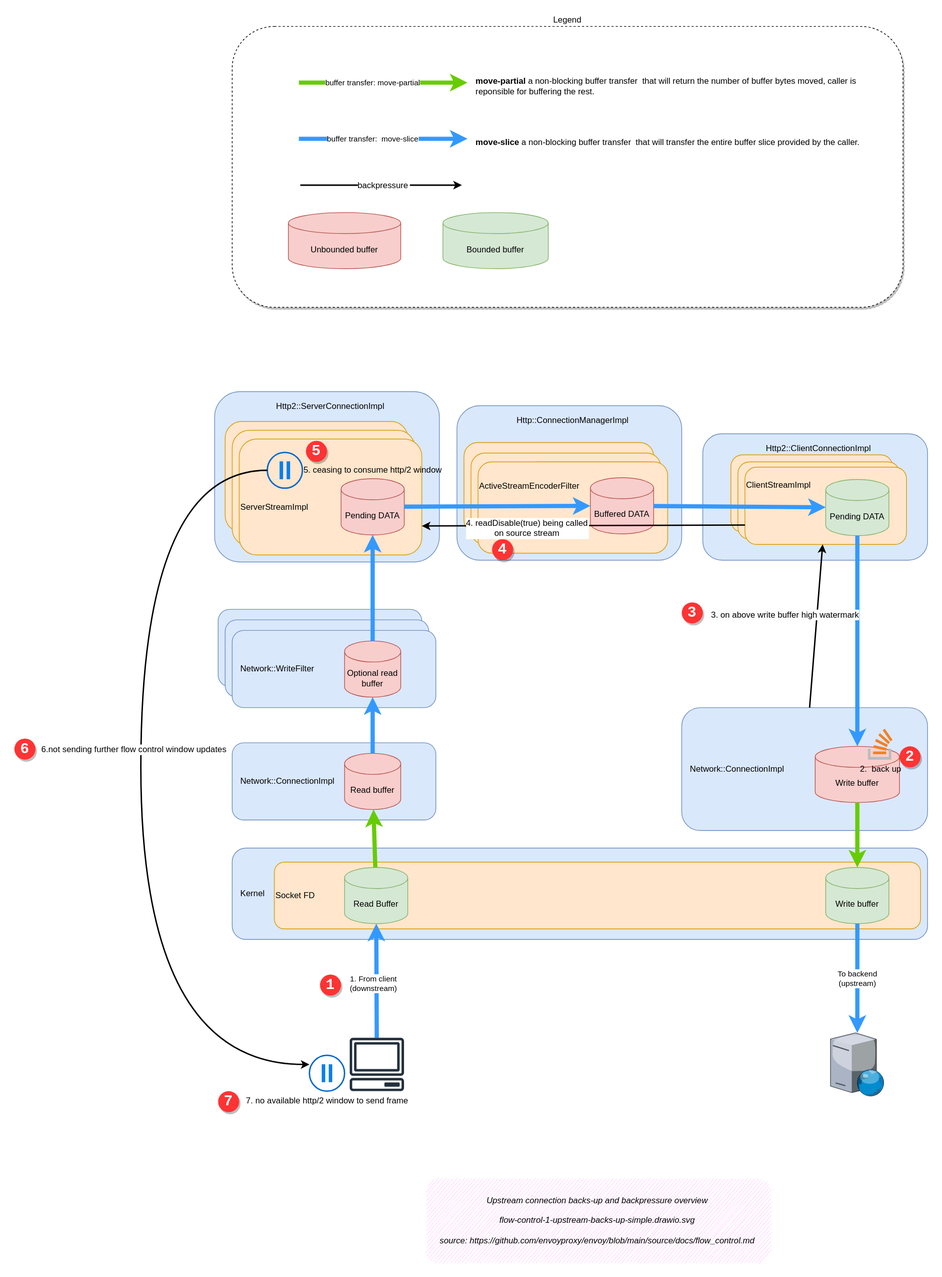
Above: docs/source/ch2-envoy/arch/flow-control/flow-control-1-upstream-backs-up-simple.drawio.svg in labilezhu/istio-insider (draw.io), before the change. Source tidied: cells renumbered, new cells last; positions are measured from the earlier drawing's top-left corner, leaving out a move shared by most shapes.
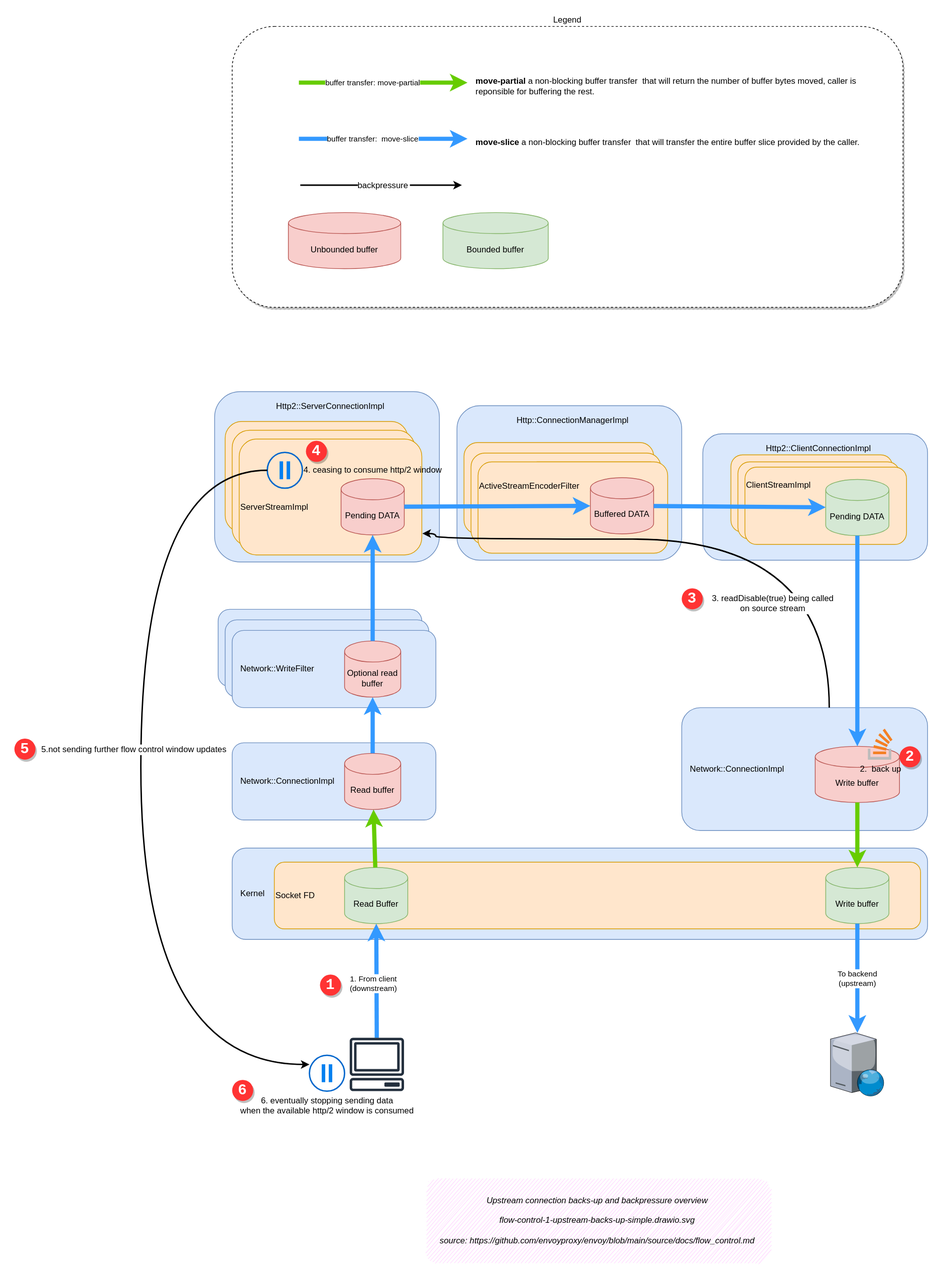
After the commit.

Commit message:
flow control: Upstream connection backs-up and backpressure overview

Change to the diagram source:
```diff
@@ -153,13 +153,17 @@
     <mxCell id="48" value="2.&amp;nbsp; back up" style="dashed=0;html=1;align=center;labelPosition=center;verticalLabelPosition=bottom;verticalAlign=top;shape=mxgraph.weblogos.stackoverflow;strokeColor=default;fontSize=12;" parent="1" vertex="1">
       <mxGeometry x="1215" y="1000" width="35" height="44" as="geometry" />
     </mxCell>
-    <mxCell id="49" value="&lt;span style=&quot;text-align: left; background-color: rgb(251, 251, 251);&quot;&gt;3. on above write buffer high watermark&lt;/span&gt;" style="endArrow=classic;html=1;strokeWidth=2;fontSize=12;jumpStyle=arc;" parent="1" edge="1" source="16" target="43">
-      <mxGeometry x="0.11" y="45" relative="1" as="geometry" />
-    </mxCell>
-    <mxCell id="50" value="4. readDisable(true) being called &#10;on source stream" style="endArrow=classic;strokeWidth=2;fontSize=12;jumpStyle=arc;exitX=0;exitY=0.75;exitDx=0;exitDy=0;entryX=1;entryY=0.75;entryDx=0;entryDy=0;" parent="1" edge="1" source="43" target="39">
-      <mxGeometry x="0.35" y="3" relative="1" as="geometry" />
+    <mxCell id="50" value="3. readDisable(true) being called &#10;on source stream" style="endArrow=classic;strokeWidth=2;fontSize=12;jumpStyle=arc;edgeStyle=orthogonalEdgeStyle;curved=1;entryX=1.003;entryY=0.815;entryDx=0;entryDy=0;entryPerimeter=0;" parent="1" edge="1" source="16" target="39">
+      <mxGeometry x="-0.64" y="80" relative="1" as="geometry">
+        <Array as="points">
+          <mxPoint x="1160" y="730" />
+          <mxPoint x="600" y="730" />
+          <mxPoint x="600" y="722" />
+        </Array>
+        <mxPoint y="1" as="offset" />
+      </mxGeometry>
     </mxCell>
-    <mxCell id="51" value="5. ceasing to consume http/2 window" style="html=1;verticalLabelPosition=middle;labelBackgroundColor=none;verticalAlign=middle;shadow=0;dashed=0;strokeWidth=2;shape=mxgraph.ios7.misc.pause;strokeColor=#0066CC;sketch=0;fillColor=none;labelPosition=right;align=left;" parent="1" vertex="1">
+    <mxCell id="51" value="4. ceasing to consume http/2 window" style="html=1;verticalLabelPosition=middle;labelBackgroundColor=none;verticalAlign=middle;shadow=0;dashed=0;strokeWidth=2;shape=mxgraph.ios7.misc.pause;strokeColor=#0066CC;sketch=0;fillColor=none;labelPosition=right;align=left;" parent="1" vertex="1">
       <mxGeometry x="360" y="606.5" width="50" height="51" as="geometry" />
     </mxCell>
     <mxCell id="52" style="sketch=0;outlineConnect=0;fontColor=#232F3E;gradientColor=none;fillColor=#232F3D;strokeColor=none;dashed=0;verticalLabelPosition=bottom;verticalAlign=top;align=center;html=1;fontSize=12;fontStyle=0;shape=mxgraph.aws4.client;labelBackgroundColor=none;" parent="1" vertex="1">
@@ -168,7 +172,7 @@
     <mxCell id="53" style="verticalLabelPosition=bottom;sketch=0;html=1;verticalAlign=top;strokeColor=none;align=center;outlineConnect=0;shape=mxgraph.citrix.web_server;labelBackgroundColor=none;fillColor=none;" parent="1" vertex="1">
       <mxGeometry x="1161.8" y="1433" width="76.5" height="90" as="geometry" />
     </mxCell>
-    <mxCell id="54" value="7. no available http/2 window to send frame" style="html=1;verticalLabelPosition=bottom;labelBackgroundColor=none;verticalAlign=top;shadow=0;dashed=0;strokeWidth=2;shape=mxgraph.ios7.misc.pause;strokeColor=#0066CC;sketch=0;fillColor=none;" parent="1" vertex="1">
+    <mxCell id="54" value="6. eventually stopping sending data &lt;br&gt;when the available http/2 window is consumed&amp;nbsp;" style="html=1;verticalLabelPosition=bottom;labelBackgroundColor=none;verticalAlign=top;shadow=0;dashed=0;strokeWidth=2;shape=mxgraph.ios7.misc.pause;strokeColor=#0066CC;sketch=0;fillColor=none;" parent="1" vertex="1">
       <mxGeometry x="420" y="1465" width="50" height="51" as="geometry" />
     </mxCell>
     <mxCell id="55" value="2" style="ellipse;whiteSpace=wrap;html=1;labelBackgroundColor=none;strokeColor=none;fillColor=#FF3333;gradientColor=none;fontColor=#FFFFFF;fontFamily=Courier New;fontStyle=1;fontSize=21;shadow=1;" parent="1" vertex="1">
@@ -177,17 +181,14 @@
     <mxCell id="56" value="1" style="ellipse;whiteSpace=wrap;html=1;labelBackgroundColor=none;strokeColor=none;fillColor=#FF3333;gradientColor=none;fontColor=#FFFFFF;fontFamily=Courier New;fontStyle=1;fontSize=21;shadow=1;" parent="1" vertex="1">
       <mxGeometry x="435" y="1350" width="30" height="30" as="geometry" />
     </mxCell>
-    <mxCell id="57" value="3" style="ellipse;whiteSpace=wrap;html=1;labelBackgroundColor=none;strokeColor=none;fillColor=#FF3333;gradientColor=none;fontColor=#FFFFFF;fontFamily=Courier New;fontStyle=1;fontSize=21;shadow=1;" parent="1" vertex="1">
-      <mxGeometry x="950" y="820" width="30" height="30" as="geometry" />
-    </mxCell>
-    <mxCell id="58" value="4" style="ellipse;whiteSpace=wrap;html=1;labelBackgroundColor=none;strokeColor=none;fillColor=#FF3333;gradientColor=none;fontColor=#FFFFFF;fontFamily=Courier New;fontStyle=1;fontSize=21;shadow=1;" parent="1" vertex="1">
-      <mxGeometry x="680" y="730" width="30" height="30" as="geometry" />
+    <mxCell id="58" value="3" style="ellipse;whiteSpace=wrap;html=1;labelBackgroundColor=none;strokeColor=none;fillColor=#FF3333;gradientColor=none;fontColor=#FFFFFF;fontFamily=Courier New;fontStyle=1;fontSize=21;shadow=1;" parent="1" vertex="1">
+      <mxGeometry x="950" y="800" width="30" height="30" as="geometry" />
     </mxCell>
-    <mxCell id="59" value="5" style="ellipse;whiteSpace=wrap;html=1;labelBackgroundColor=none;strokeColor=none;fillColor=#FF3333;gradientColor=none;fontColor=#FFFFFF;fontFamily=Courier New;fontStyle=1;fontSize=21;shadow=1;" parent="1" vertex="1">
+    <mxCell id="59" value="4" style="ellipse;whiteSpace=wrap;html=1;labelBackgroundColor=none;strokeColor=none;fillColor=#FF3333;gradientColor=none;fontColor=#FFFFFF;fontFamily=Courier New;fontStyle=1;fontSize=21;shadow=1;" parent="1" vertex="1">
       <mxGeometry x="415" y="590" width="30" height="30" as="geometry" />
     </mxCell>
-    <mxCell id="60" value="7" style="ellipse;whiteSpace=wrap;html=1;labelBackgroundColor=none;strokeColor=none;fillColor=#FF3333;gradientColor=none;fontColor=#FFFFFF;fontFamily=Courier New;fontStyle=1;fontSize=21;shadow=1;" parent="1" vertex="1">
-      <mxGeometry x="290" y="1516" width="30" height="30" as="geometry" />
+    <mxCell id="60" value="6" style="ellipse;whiteSpace=wrap;html=1;labelBackgroundColor=none;strokeColor=none;fillColor=#FF3333;gradientColor=none;fontColor=#FFFFFF;fontFamily=Courier New;fontStyle=1;fontSize=21;shadow=1;" parent="1" vertex="1">
+      <mxGeometry x="310" y="1500" width="30" height="30" as="geometry" />
     </mxCell>
     <mxCell id="61" value="backpressure" style="endArrow=classic;strokeWidth=2;fontSize=12;jumpStyle=arc;" parent="1" edge="1">
       <mxGeometry x="0.03" relative="1" as="geometry">
@@ -195,7 +196,7 @@
         <mxPoint x="637" y="226" as="targetPoint" />
       </mxGeometry>
     </mxCell>
-    <mxCell id="62" value="6.not sending further flow control window updates" style="endArrow=classic;html=1;strokeWidth=2;fontSize=12;jumpStyle=arc;edgeStyle=orthogonalEdgeStyle;curved=1;" parent="1" edge="1" source="51" target="54">
+    <mxCell id="62" value="5.not sending further flow control window updates" style="endArrow=classic;html=1;strokeWidth=2;fontSize=12;jumpStyle=arc;edgeStyle=orthogonalEdgeStyle;curved=1;" parent="1" edge="1" source="51" target="54">
       <mxGeometry x="-0.09" y="-10" relative="1" as="geometry">
         <Array as="points">
           <mxPoint x="180" y="632" />
@@ -212,7 +213,7 @@
     <mxCell id="65" value="&lt;b&gt;move-slice&amp;nbsp;&lt;/b&gt;&amp;nbsp; a non-blocking buffer transfer&amp;nbsp; that will transfer the entire buffer slice provided by the caller." style="text;html=1;strokeColor=none;fillColor=none;align=left;verticalAlign=middle;whiteSpace=wrap;rounded=0;" parent="1" vertex="1">
       <mxGeometry x="655" y="150" width="575" height="30" as="geometry" />
     </mxCell>
-    <mxCell id="66" value="6" style="ellipse;whiteSpace=wrap;html=1;labelBackgroundColor=none;strokeColor=none;fillColor=#FF3333;gradientColor=none;fontColor=#FFFFFF;fontFamily=Courier New;fontStyle=1;fontSize=21;shadow=1;" parent="1" vertex="1">
+    <mxCell id="66" value="5" style="ellipse;whiteSpace=wrap;html=1;labelBackgroundColor=none;strokeColor=none;fillColor=#FF3333;gradientColor=none;fontColor=#FFFFFF;fontFamily=Courier New;fontStyle=1;fontSize=21;shadow=1;" parent="1" vertex="1">
       <mxGeometry y="1014" width="30" height="30" as="geometry" />
     </mxCell>
   </root>
```
